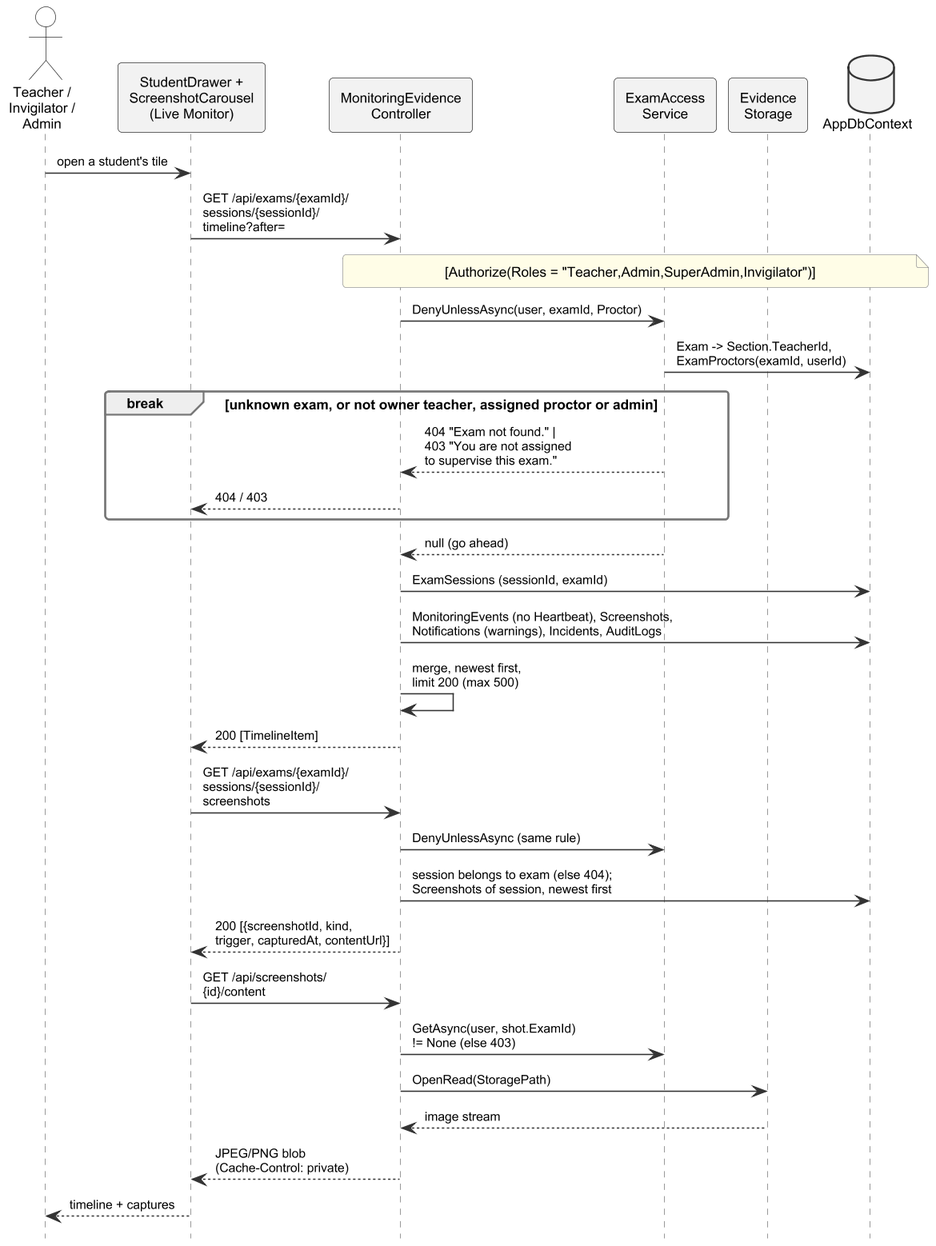
Haiderali27-hub/AI-Lab-Monitoring- keeps this PlantUML diagram as important docs/fyp_doc_3chatp/Figures/seq_view_database.png. Above is the earlier version.
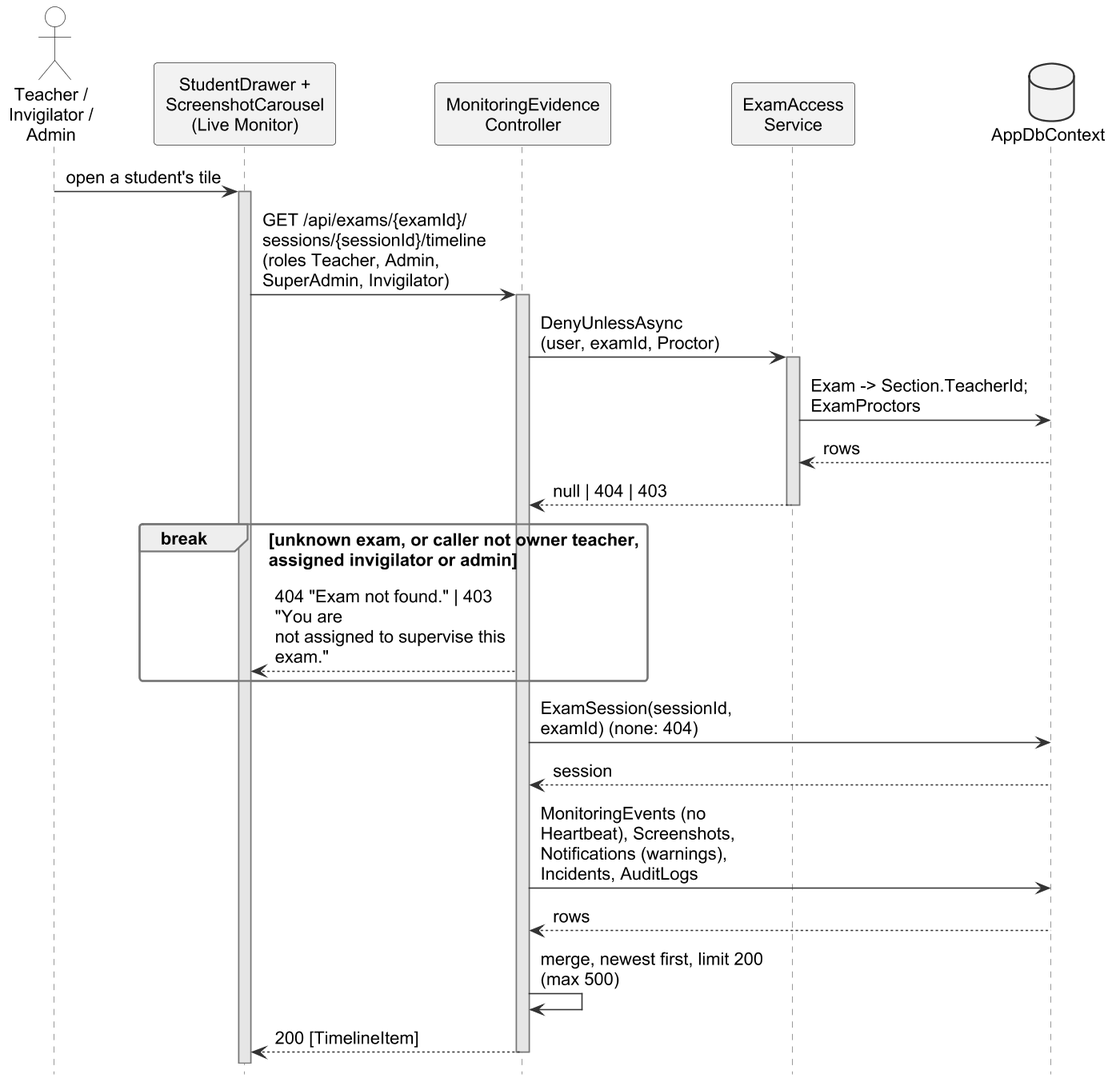
Above is the later version.

Diff of the diagram source:
```diff
@@ -1,10 +1,15 @@
 @startuml
 !include style.iuml
+skinparam defaultFontSize 14
+skinparam ArrowFontSize 14
+skinparam maxMessageSize 200
 hide footbox
-skinparam ParticipantPadding 0
+hide unlinked
+skinparam ParticipantPadding 2
 skinparam BoxPadding 0
 skinparam sequence {
   MessageAlign left
+  LifeLineBackgroundColor #E6E6E6
 }
 
 actor "Teacher /\nInvigilator /\nAdmin" as U
@@ -15,27 +20,23 @@
 database "AppDbContext" as DB
 
 U -> UI : open a student's tile
-UI -> MC : GET /api/exams/{examId}/\nsessions/{sessionId}/\ntimeline?after=
-note over MC, DB : [Authorize(Roles = "Teacher,Admin,SuperAdmin,Invigilator")]
-MC -> EA : DenyUnlessAsync(user, examId, Proctor)
-EA -> DB : Exam -> Section.TeacherId,\nExamProctors(examId, userId)
-break unknown exam, or not owner teacher, assigned proctor or admin
-  EA --> MC : 404 "Exam not found." |\n403 "You are not assigned\nto supervise this exam."
-  UI <-- MC : 404 / 403
+activate UI
+UI -> MC : GET /api/exams/{examId}/\nsessions/{sessionId}/timeline\n(roles Teacher, Admin,\nSuperAdmin, Invigilator)
+activate MC
+MC -> EA : DenyUnlessAsync\n(user, examId, Proctor)
+activate EA
+EA -> DB : Exam -> Section.TeacherId; ExamProctors
+DB --> EA : rows
+EA --> MC : null | 404 | 403
+deactivate EA
+break unknown exam, or caller not owner teacher,\nassigned invigilator or admin
+  MC --> UI : 404 "Exam not found." | 403 "You are\nnot assigned to supervise this exam."
 end
-EA --> MC : null (go ahead)
-MC -> DB : ExamSessions (sessionId, examId)
+MC -> DB : ExamSession(sessionId, examId) (none: 404)
+DB --> MC : session
 MC -> DB : MonitoringEvents (no Heartbeat), Screenshots,\nNotifications (warnings), Incidents, AuditLogs
-MC -> MC : merge, newest first,\nlimit 200 (max 500)
+DB --> MC : rows
+MC -> MC : merge, newest first, limit 200 (max 500)
 MC --> UI : 200 [TimelineItem]
-UI -> MC : GET /api/exams/{examId}/\nsessions/{sessionId}/\nscreenshots
-MC -> EA : DenyUnlessAsync (same rule)
-MC -> DB : session belongs to exam (else 404);\nScreenshots of session, newest first
-MC --> UI : 200 [{screenshotId, kind,\ntrigger, capturedAt, contentUrl}]
-UI -> MC : GET /api/screenshots/\n{id}/content
-MC -> EA : GetAsync(user, shot.ExamId)\n!= None (else 403)
-MC -> ES : OpenRead(StoragePath)
-ES --> MC : image stream
-MC --> UI : JPEG/PNG blob\n(Cache-Control: private)
-UI --> U : timeline + captures
+deactivate MC
 @enduml
```
